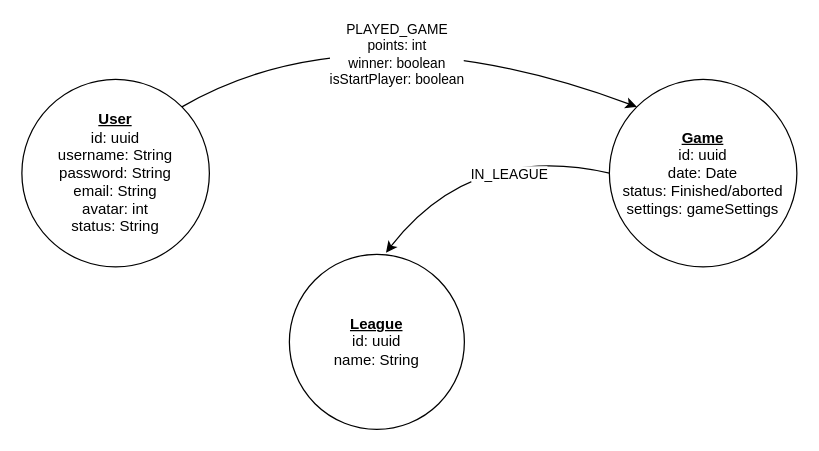
BitLord69/SGFM2 keeps this draw.io diagram as page "simple version" (1 of 2) of Database.drawio. Above is the earlier version. Source tidied: cells renumbered, new cells numbered last; positions are measured from the earlier drawing's top-left corner, leaving out a move shared by most shapes. Both pictures are drawn from the tidied source at 125%, with x=0, y=0 at pixel (21, 4).
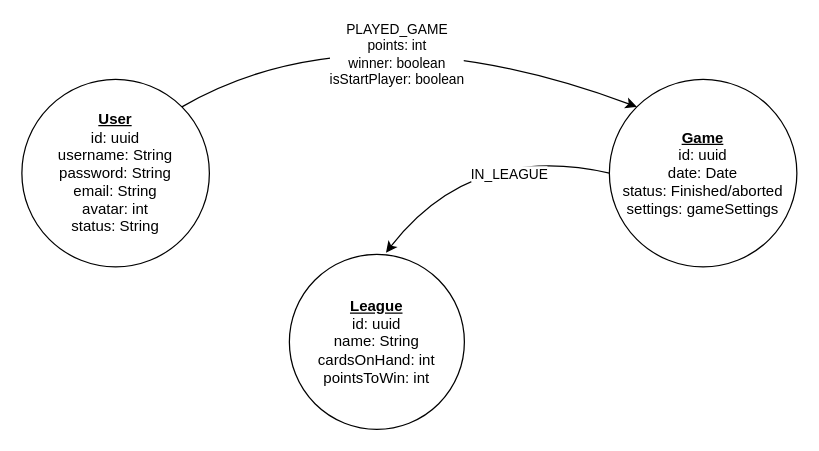
Above is the later version.

Diff of the diagram source:
```diff
@@
 <mxGraphModel>
   <root>
     <mxCell id="0" />
     <mxCell id="1" parent="0" />
     <mxCell id="2" value="&lt;u style=&quot;font-weight: bold&quot;&gt;User&lt;/u&gt;&lt;br&gt;id: uuid&lt;br&gt;username: String&lt;br&gt;password: String&lt;br&gt;email: String&lt;br&gt;avatar: int&lt;br&gt;status: String" style="ellipse;whiteSpace=wrap;html=1;" parent="1" vertex="1">
       <mxGeometry y="60" width="150" height="150" as="geometry" />
     </mxCell>
     <mxCell id="3" value="&lt;u&gt;&lt;b&gt;Game&lt;/b&gt;&lt;/u&gt;&lt;br&gt;id: uuid&lt;br&gt;date: Date&lt;br&gt;status: Finished/aborted&lt;br&gt;settings: gameSettings" style="ellipse;whiteSpace=wrap;html=1;" parent="1" vertex="1">
       <mxGeometry x="470" y="60" width="150" height="150" as="geometry" />
     </mxCell>
     <mxCell id="4" style="curved=1;endArrow=classic;html=1;exitX=1;exitY=0;exitDx=0;exitDy=0;entryX=0;entryY=0;entryDx=0;entryDy=0;" parent="1" edge="1" source="2" target="3">
       <mxGeometry relative="1" as="geometry">
         <Array as="points">
           <mxPoint x="270" />
         </Array>
       </mxGeometry>
     </mxCell>
     <mxCell id="5" value="PLAYED_GAME&lt;br&gt;points: int&lt;br&gt;winner: boolean&lt;br&gt;isStartPlayer: boolean" style="edgeLabel;html=1;align=center;verticalAlign=middle;" parent="4" vertex="1">
       <mxGeometry x="0.02" y="-34" relative="1" as="geometry">
         <mxPoint x="3.4" y="-6.1" as="offset" />
       </mxGeometry>
     </mxCell>
-    <mxCell id="6" value="&lt;u&gt;&lt;b&gt;League&lt;/b&gt;&lt;/u&gt;&lt;br&gt;id: uuid&lt;br&gt;name: String" style="ellipse;whiteSpace=wrap;html=1;" parent="1" vertex="1">
+    <mxCell id="6" value="&lt;u&gt;&lt;b&gt;League&lt;/b&gt;&lt;/u&gt;&lt;br&gt;id: uuid&lt;br&gt;name: String&lt;br&gt;cardsOnHand: int&lt;br&gt;pointsToWin: int" style="ellipse;whiteSpace=wrap;html=1;" parent="1" vertex="1">
       <mxGeometry x="214" y="200" width="140" height="140" as="geometry" />
     </mxCell>
     <mxCell id="7" style="curved=1;endArrow=classic;html=1;exitX=0;exitY=0.5;exitDx=0;exitDy=0;entryX=0.552;entryY=-0.01;entryDx=0;entryDy=0;entryPerimeter=0;" parent="1" edge="1" source="3" target="6">
       <mxGeometry relative="1" as="geometry">
         <Array as="points">
           <mxPoint x="360" y="110" />
         </Array>
       </mxGeometry>
     </mxCell>
     <mxCell id="8" value="IN_LEAGUE" style="edgeLabel;html=1;align=center;verticalAlign=middle;" parent="7" vertex="1">
       <mxGeometry x="0.19" y="17" relative="1" as="geometry">
         <mxPoint x="29.4" y="-2" as="offset" />
       </mxGeometry>
     </mxCell>
   </root>
 </mxGraphModel>
```
